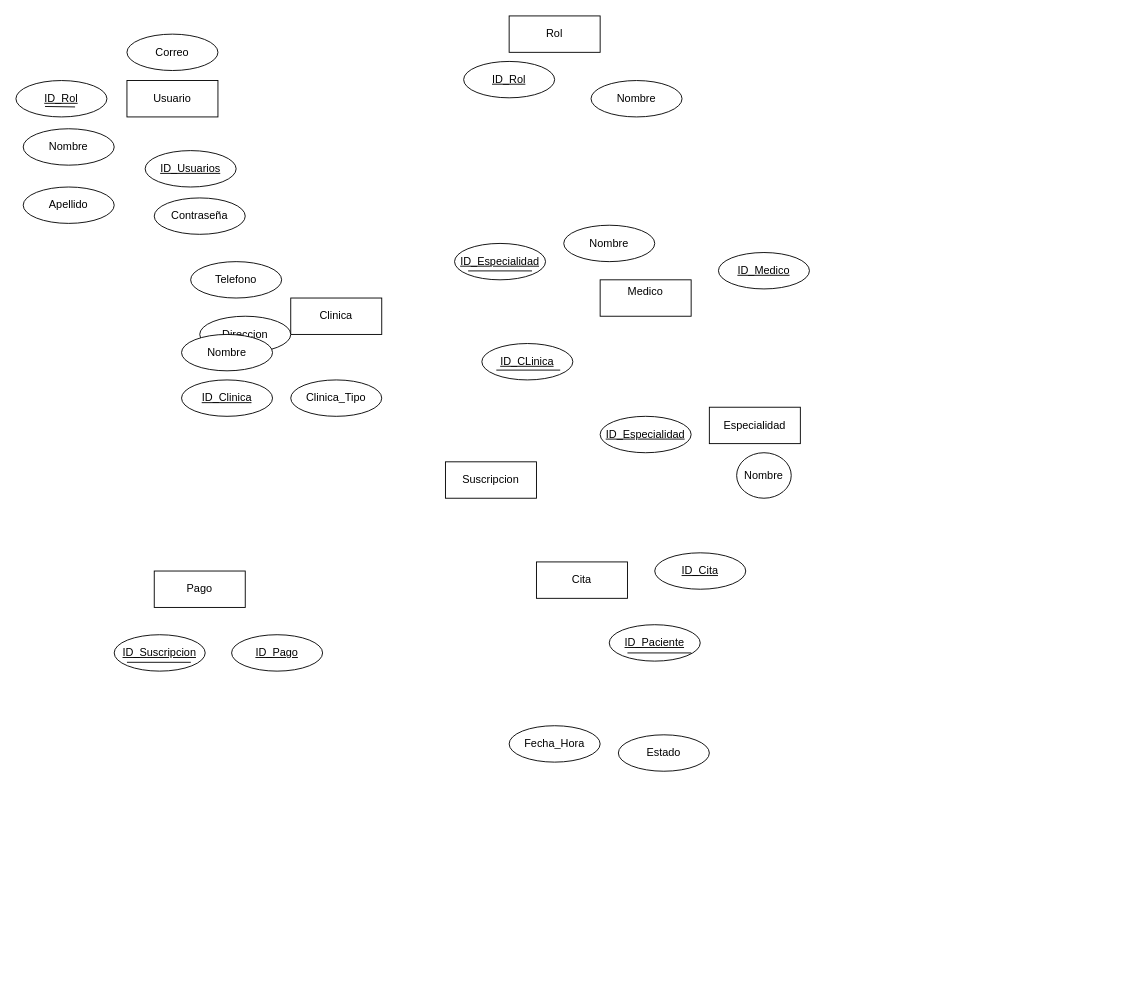
Above: ProyectoBasedeDatos.drawio in Csandoval-dev/EtlExamenI (draw.io), before the change. Source tidied: cells renumbered, new cells numbered last; positions are measured from the earlier drawing's top-left corner, leaving out a move shared by most shapes. Both pictures are drawn from the tidied source at 91%, with x=0, y=0 at pixel (15, 15).
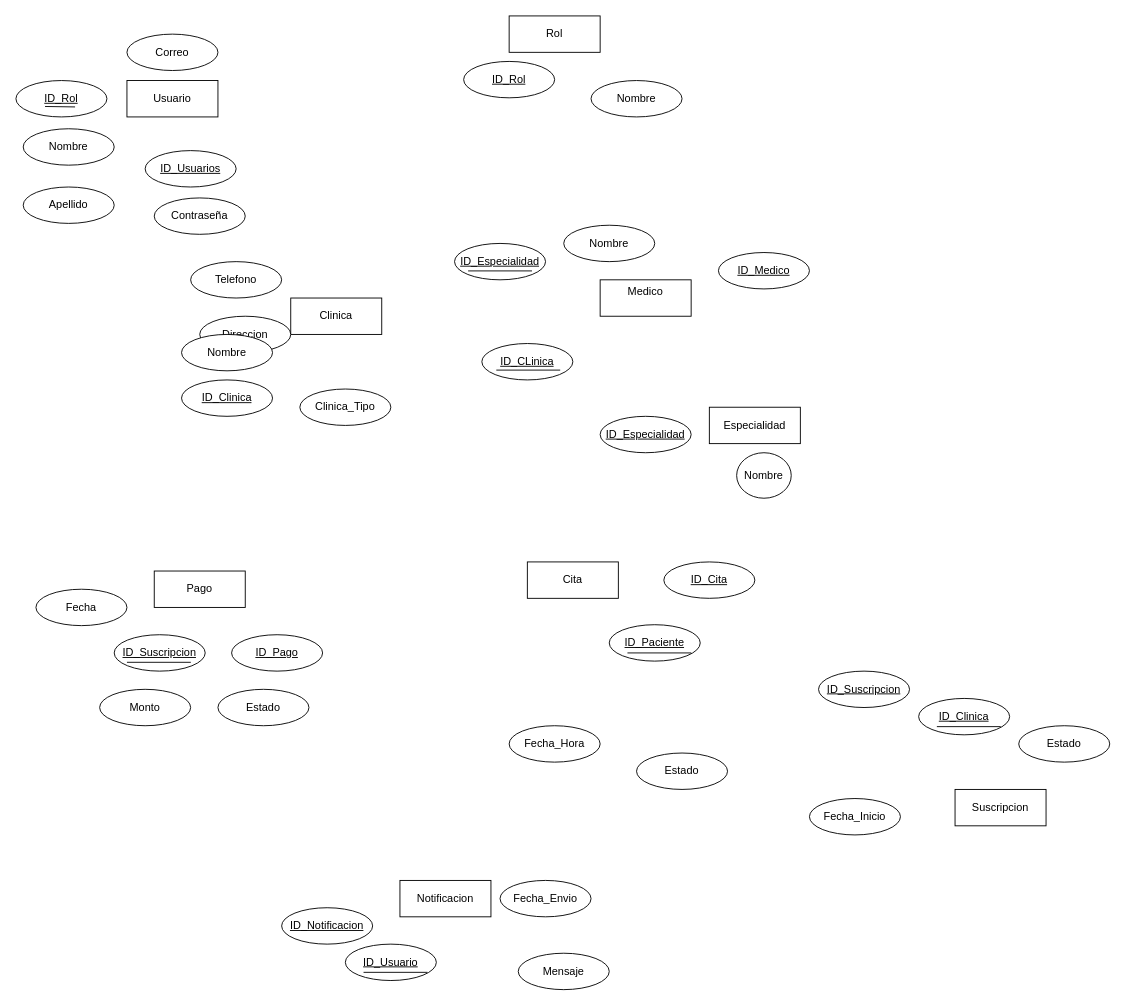
The same diagram, later.

Change to the diagram source:
```diff
@@
     <mxCell id="6" value="Suscripcion" style="whiteSpace=wrap;html=1;align=center;" parent="1" vertex="1">
-      <mxGeometry x="472" y="490" width="100" height="40" as="geometry" />
+      <mxGeometry x="1032" y="850" width="100" height="40" as="geometry" />
     </mxCell>
@@
-    <mxCell id="19" value="Clinica_Tipo" style="ellipse;whiteSpace=wrap;html=1;align=center;" parent="1" vertex="1">
-      <mxGeometry x="302" y="400" width="100" height="40" as="geometry" />
+    <mxCell id="19" value="Monto" style="ellipse;whiteSpace=wrap;html=1;align=center;" parent="1" vertex="1">
+      <mxGeometry x="92" y="740" width="100" height="40" as="geometry" />
     </mxCell>
@@
     <mxCell id="30" value="Cita" style="whiteSpace=wrap;html=1;align=center;" parent="1" vertex="1">
-      <mxGeometry x="572" y="600" width="100" height="40" as="geometry" />
+      <mxGeometry x="562" y="600" width="100" height="40" as="geometry" />
     </mxCell>
-    <mxCell id="31" value="ID_Cita" style="ellipse;whiteSpace=wrap;html=1;align=center;fontStyle=4;" parent="1" vertex="1">
-      <mxGeometry x="702" y="590" width="100" height="40" as="geometry" />
+    <mxCell id="31" value="ID_Suscripcion" style="ellipse;whiteSpace=wrap;html=1;align=center;fontStyle=4;" parent="1" vertex="1">
+      <mxGeometry x="882" y="720" width="100" height="40" as="geometry" />
     </mxCell>
@@
     <mxCell id="37" value="Estado" style="ellipse;whiteSpace=wrap;html=1;align=center;" parent="1" vertex="1">
-      <mxGeometry x="662" y="790" width="100" height="40" as="geometry" />
+      <mxGeometry x="1102" y="780" width="100" height="40" as="geometry" />
     </mxCell>
@@
+    <mxCell id="40" value="Clinica_Tipo" style="ellipse;whiteSpace=wrap;html=1;align=center;" parent="1" vertex="1">
+      <mxGeometry x="312" y="410" width="100" height="40" as="geometry" />
+    </mxCell>
+    <mxCell id="41" value="Fecha" style="ellipse;whiteSpace=wrap;html=1;align=center;" parent="1" vertex="1">
+      <mxGeometry x="22" y="630" width="100" height="40" as="geometry" />
+    </mxCell>
+    <mxCell id="42" value="Estado" style="ellipse;whiteSpace=wrap;html=1;align=center;" parent="1" vertex="1">
+      <mxGeometry x="222" y="740" width="100" height="40" as="geometry" />
+    </mxCell>
+    <mxCell id="43" value="ID_Cita" style="ellipse;whiteSpace=wrap;html=1;align=center;fontStyle=4;" parent="1" vertex="1">
+      <mxGeometry x="712" y="600" width="100" height="40" as="geometry" />
+    </mxCell>
+    <mxCell id="44" value="ID_Clinica" style="ellipse;whiteSpace=wrap;html=1;align=center;fontStyle=4;" parent="1" vertex="1">
+      <mxGeometry x="992" y="750" width="100" height="40" as="geometry" />
+    </mxCell>
+    <mxCell id="45" style="endArrow=none;html=1;rounded=0;exitX=0;exitY=1;exitDx=0;exitDy=0;entryX=1;entryY=1;entryDx=0;entryDy=0;" parent="1" edge="1">
+      <mxGeometry relative="1" as="geometry">
+        <mxPoint x="1012" y="781" as="sourcePoint" />
+        <mxPoint x="1082.2" y="781" as="targetPoint" />
+      </mxGeometry>
+    </mxCell>
+    <mxCell id="46" value="Fecha_Inicio" style="ellipse;whiteSpace=wrap;html=1;align=center;" parent="1" vertex="1">
+      <mxGeometry x="872" y="860" width="100" height="40" as="geometry" />
+    </mxCell>
+    <mxCell id="47" value="Mensaje" style="ellipse;whiteSpace=wrap;html=1;align=center;" parent="1" vertex="1">
+      <mxGeometry x="552" y="1030" width="100" height="40" as="geometry" />
+    </mxCell>
+    <mxCell id="48" value="Notificacion" style="whiteSpace=wrap;html=1;align=center;" parent="1" vertex="1">
+      <mxGeometry x="422" y="950" width="100" height="40" as="geometry" />
+    </mxCell>
+    <mxCell id="49" value="ID_Notificacion" style="ellipse;whiteSpace=wrap;html=1;align=center;fontStyle=4;" parent="1" vertex="1">
+      <mxGeometry x="292" y="980" width="100" height="40" as="geometry" />
+    </mxCell>
+    <mxCell id="50" value="ID_Usuario" style="ellipse;whiteSpace=wrap;html=1;align=center;fontStyle=4;" parent="1" vertex="1">
+      <mxGeometry x="362" y="1020" width="100" height="40" as="geometry" />
+    </mxCell>
+    <mxCell id="51" style="endArrow=none;html=1;rounded=0;exitX=0;exitY=1;exitDx=0;exitDy=0;entryX=1;entryY=1;entryDx=0;entryDy=0;" parent="1" edge="1">
+      <mxGeometry relative="1" as="geometry">
+        <mxPoint x="382" y="1051" as="sourcePoint" />
+        <mxPoint x="452.2" y="1051" as="targetPoint" />
+      </mxGeometry>
+    </mxCell>
+    <mxCell id="52" value="Estado" style="ellipse;whiteSpace=wrap;html=1;align=center;" parent="1" vertex="1">
+      <mxGeometry x="682" y="810" width="100" height="40" as="geometry" />
+    </mxCell>
+    <mxCell id="53" value="Fecha_Envio" style="ellipse;whiteSpace=wrap;html=1;align=center;" parent="1" vertex="1">
+      <mxGeometry x="532" y="950" width="100" height="40" as="geometry" />
+    </mxCell>
```
